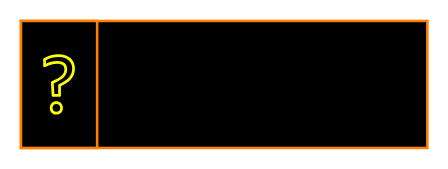
This is TEMP/DRRPHint.drawio from DRRP-Team/DRRP, a draw.io file, before an edit. Source tidied: cells renumbered, new cells numbered last; positions are measured from the earlier drawing's top-left corner, leaving out a move shared by most shapes. Both pictures are drawn from the tidied source at 127%, with x=0, y=0 at pixel (20, 20).
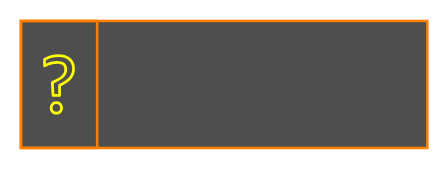
Above is the later version.

Commit message:
Прозрачность окна подсказок

What changed in the source:
```diff
@@
 <mxGraphModel>
   <root>
     <mxCell id="0" />
     <mxCell id="1" parent="0" />
+    <mxCell id="5" style="rounded=0;whiteSpace=wrap;html=1;strokeColor=none;strokeWidth=2;fillColor=#030303;opacity=70;" parent="1" vertex="1">
+      <mxGeometry width="320" height="100" as="geometry" />
+    </mxCell>
-    <mxCell id="2" style="rounded=0;whiteSpace=wrap;html=1;strokeWidth=2;fillColor=#000000;strokeColor=#FF8000;" parent="1" vertex="1">
+    <mxCell id="2" style="rounded=0;whiteSpace=wrap;html=1;strokeWidth=2;fillColor=none;strokeColor=#FF8000;" parent="1" vertex="1">
       <mxGeometry width="320" height="100" as="geometry" />
     </mxCell>
-    <mxCell id="3" style="rounded=0;whiteSpace=wrap;html=1;strokeWidth=2;fillColor=#000000;strokeColor=#FF8000;" parent="1" vertex="1">
+    <mxCell id="3" style="rounded=0;whiteSpace=wrap;html=1;strokeWidth=2;fillColor=none;strokeColor=#FF8000;" parent="1" vertex="1">
       <mxGeometry width="60" height="100" as="geometry" />
     </mxCell>
     <mxCell id="4" style="sketch=0;fontColor=#232F3E;gradientColor=none;fillColor=#FFFF00;strokeColor=none;dashed=0;verticalLabelPosition=bottom;verticalAlign=top;align=center;html=1;fontSize=12;fontStyle=0;shape=mxgraph.aws4.question;" parent="1" vertex="1">
       <mxGeometry x="17.5" y="26.2" width="25" height="47.5" as="geometry" />
     </mxCell>
   </root>
 </mxGraphModel>
```
